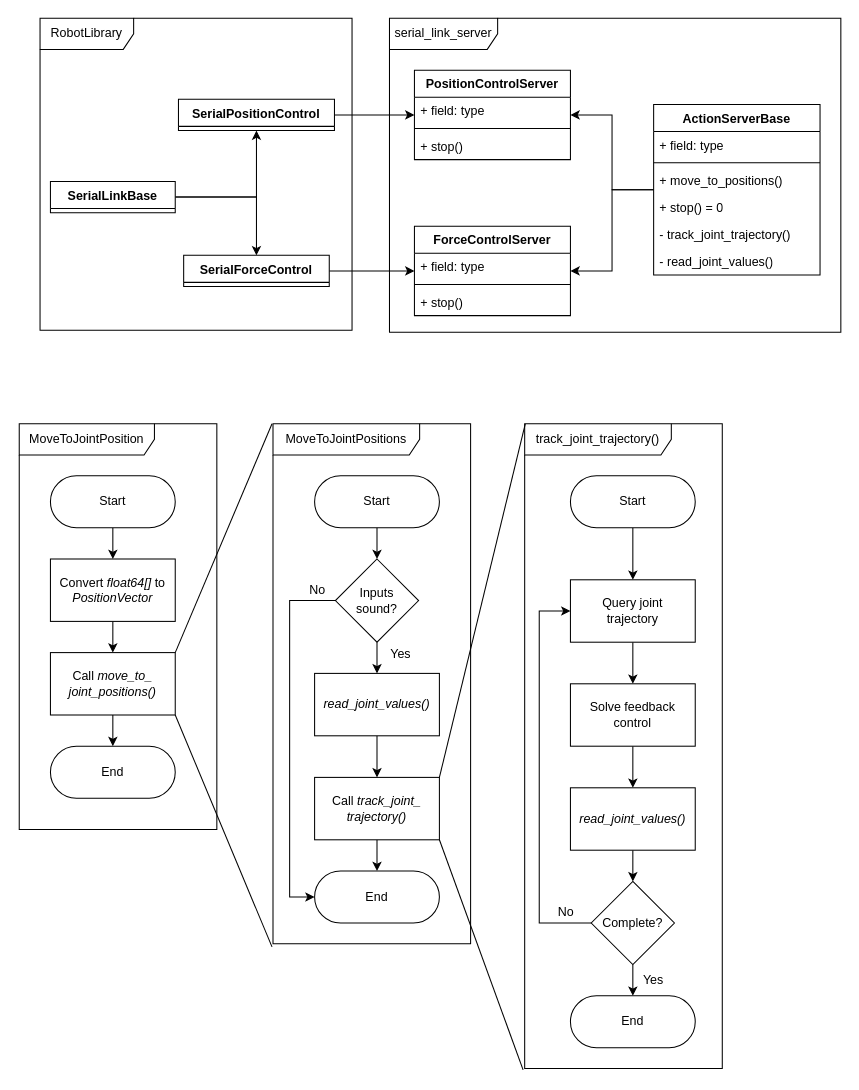
Before: page "base" (1 of 2) of doc/ClassDiagrams.drawio in Woolfrey/server_serial_link, a draw.io diagram. Source tidied: cells renumbered, new cells numbered last; positions are measured from the earlier drawing's top-left corner, leaving out a move shared by most shapes. Both pictures are drawn from the tidied source at 104%, with x=0, y=0 at pixel (19, 18).
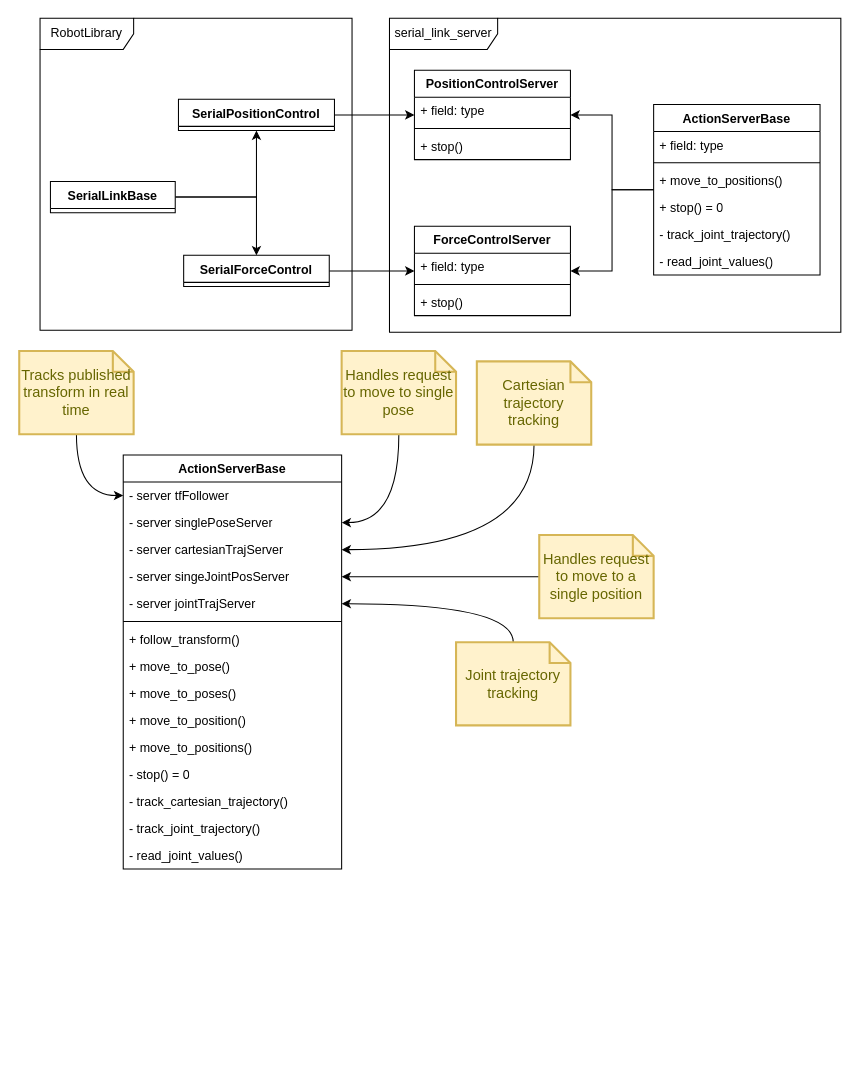
The same diagram, later.

The edit, as a diff of the source:
```diff
@@
-    <mxCell id="27" style="edgeStyle=orthogonalEdgeStyle;rounded=0;jettySize=auto;html=1;" parent="1" edge="1" source="28" target="30">
-      <mxGeometry relative="1" as="geometry" />
-    </mxCell>
-    <mxCell id="28" value="Start" style="rounded=1;whiteSpace=wrap;html=1;arcSize=50;" parent="1" vertex="1">
-      <mxGeometry x="30" y="440" width="120" height="50" as="geometry" />
-    </mxCell>
-    <mxCell id="29" style="edgeStyle=orthogonalEdgeStyle;rounded=0;jettySize=auto;html=1;" parent="1" edge="1" source="30" target="32">
-      <mxGeometry relative="1" as="geometry" />
-    </mxCell>
-    <mxCell id="30" value="Convert &lt;i&gt;float64[]&lt;/i&gt; to &lt;i&gt;PositionVector&lt;/i&gt;" style="rounded=0;whiteSpace=wrap;html=1;" parent="1" vertex="1">
-      <mxGeometry x="30" y="520" width="120" height="60" as="geometry" />
-    </mxCell>
-    <mxCell id="31" style="edgeStyle=orthogonalEdgeStyle;rounded=0;jettySize=auto;html=1;" parent="1" edge="1" source="32" target="33">
-      <mxGeometry relative="1" as="geometry" />
-    </mxCell>
-    <mxCell id="32" value="&lt;div&gt;Call &lt;i&gt;move_to_&lt;/i&gt;&lt;/div&gt;&lt;div&gt;&lt;i&gt;joint_positions()&lt;br&gt;&lt;/i&gt;&lt;/div&gt;" style="rounded=0;whiteSpace=wrap;html=1;" parent="1" vertex="1">
-      <mxGeometry x="30" y="610" width="120" height="60" as="geometry" />
-    </mxCell>
-    <mxCell id="33" value="End" style="rounded=1;whiteSpace=wrap;html=1;arcSize=50;" parent="1" vertex="1">
-      <mxGeometry x="30" y="700" width="120" height="50" as="geometry" />
-    </mxCell>
-    <mxCell id="34" style="edgeStyle=orthogonalEdgeStyle;rounded=0;jettySize=auto;html=1;" parent="1" edge="1" source="35" target="38">
-      <mxGeometry relative="1" as="geometry" />
-    </mxCell>
-    <mxCell id="35" value="Start" style="rounded=1;whiteSpace=wrap;html=1;arcSize=50;" parent="1" vertex="1">
-      <mxGeometry x="284" y="440" width="120" height="50" as="geometry" />
-    </mxCell>
-    <mxCell id="36" style="edgeStyle=orthogonalEdgeStyle;rounded=0;jettySize=auto;html=1;" parent="1" edge="1" source="38" target="43">
-      <mxGeometry relative="1" as="geometry" />
-    </mxCell>
-    <mxCell id="37" style="edgeStyle=orthogonalEdgeStyle;rounded=0;jettySize=auto;html=1;" parent="1" edge="1" source="38" target="41">
-      <mxGeometry relative="1" as="geometry">
-        <Array as="points">
-          <mxPoint x="260" y="560" />
-          <mxPoint x="260" y="845" />
-        </Array>
-      </mxGeometry>
-    </mxCell>
-    <mxCell id="38" value="&lt;div&gt;Inputs&lt;/div&gt;&lt;div&gt;sound?&lt;br&gt;&lt;/div&gt;" style="rhombus;whiteSpace=wrap;html=1;" parent="1" vertex="1">
-      <mxGeometry x="304" y="520" width="80" height="80" as="geometry" />
-    </mxCell>
-    <mxCell id="39" style="edgeStyle=orthogonalEdgeStyle;rounded=0;jettySize=auto;html=1;" parent="1" edge="1" source="40" target="41">
-      <mxGeometry relative="1" as="geometry" />
-    </mxCell>
-    <mxCell id="40" value="&lt;div&gt;Call &lt;i&gt;track_joint_&lt;/i&gt;&lt;/div&gt;&lt;div&gt;&lt;i&gt;trajectory()&lt;/i&gt;&lt;/div&gt;" style="rounded=0;whiteSpace=wrap;html=1;" parent="1" vertex="1">
-      <mxGeometry x="284" y="730" width="120" height="60" as="geometry" />
-    </mxCell>
-    <mxCell id="41" value="End" style="rounded=1;whiteSpace=wrap;html=1;arcSize=50;" parent="1" vertex="1">
-      <mxGeometry x="284" y="820" width="120" height="50" as="geometry" />
-    </mxCell>
-    <mxCell id="42" style="edgeStyle=orthogonalEdgeStyle;rounded=0;jettySize=auto;html=1;" parent="1" edge="1" source="43" target="40">
-      <mxGeometry relative="1" as="geometry" />
-    </mxCell>
-    <mxCell id="43" value="&lt;i&gt;read_joint_values()&lt;/i&gt;" style="rounded=0;whiteSpace=wrap;html=1;" parent="1" vertex="1">
-      <mxGeometry x="284" y="630" width="120" height="60" as="geometry" />
-    </mxCell>
-    <mxCell id="44" style="edgeStyle=orthogonalEdgeStyle;rounded=0;jettySize=auto;html=1;" parent="1" edge="1" source="45" target="47">
-      <mxGeometry relative="1" as="geometry" />
-    </mxCell>
-    <mxCell id="45" value="Start" style="rounded=1;whiteSpace=wrap;html=1;arcSize=50;" parent="1" vertex="1">
-      <mxGeometry x="530" y="440" width="120" height="50" as="geometry" />
-    </mxCell>
-    <mxCell id="46" style="edgeStyle=orthogonalEdgeStyle;rounded=0;jettySize=auto;html=1;" parent="1" edge="1" source="47" target="49">
-      <mxGeometry relative="1" as="geometry" />
-    </mxCell>
-    <mxCell id="47" value="&lt;div&gt;Query joint&lt;/div&gt;&lt;div&gt;trajectory&lt;/div&gt;" style="rounded=0;whiteSpace=wrap;html=1;" parent="1" vertex="1">
-      <mxGeometry x="530" y="540" width="120" height="60" as="geometry" />
-    </mxCell>
-    <mxCell id="48" style="edgeStyle=orthogonalEdgeStyle;rounded=0;jettySize=auto;html=1;" parent="1" edge="1" source="49" target="51">
-      <mxGeometry relative="1" as="geometry" />
-    </mxCell>
-    <mxCell id="49" value="Solve feedback control" style="rounded=0;whiteSpace=wrap;html=1;" parent="1" vertex="1">
-      <mxGeometry x="530" y="640" width="120" height="60" as="geometry" />
-    </mxCell>
-    <mxCell id="50" style="edgeStyle=orthogonalEdgeStyle;rounded=0;jettySize=auto;html=1;" parent="1" edge="1" source="51" target="54">
-      <mxGeometry relative="1" as="geometry" />
-    </mxCell>
-    <mxCell id="51" value="read_joint_values()" style="rounded=0;whiteSpace=wrap;html=1;fontStyle=2;" parent="1" vertex="1">
-      <mxGeometry x="530" y="740" width="120" height="60" as="geometry" />
-    </mxCell>
-    <mxCell id="52" style="edgeStyle=orthogonalEdgeStyle;rounded=0;jettySize=auto;html=1;" parent="1" edge="1" source="54" target="55">
-      <mxGeometry relative="1" as="geometry" />
-    </mxCell>
-    <mxCell id="53" style="edgeStyle=orthogonalEdgeStyle;rounded=0;jettySize=auto;html=1;" parent="1" edge="1" source="54" target="47">
-      <mxGeometry relative="1" as="geometry">
-        <Array as="points">
-          <mxPoint x="500" y="870" />
-          <mxPoint x="500" y="570" />
-        </Array>
-      </mxGeometry>
-    </mxCell>
-    <mxCell id="54" value="Complete?" style="rhombus;whiteSpace=wrap;html=1;" parent="1" vertex="1">
-      <mxGeometry x="550" y="830" width="80" height="80" as="geometry" />
-    </mxCell>
-    <mxCell id="55" value="End" style="rounded=1;whiteSpace=wrap;html=1;arcSize=50;" parent="1" vertex="1">
-      <mxGeometry x="530" y="940" width="120" height="50" as="geometry" />
-    </mxCell>
-    <mxCell id="56" value="MoveToJointPosition" style="shape=umlFrame;whiteSpace=wrap;html=1;width=130;height=30;" parent="1" vertex="1">
-      <mxGeometry y="390" width="190" height="390" as="geometry" />
-    </mxCell>
-    <mxCell id="57" value="MoveToJointPositions" style="shape=umlFrame;whiteSpace=wrap;html=1;width=141;height=30;" parent="1" vertex="1">
-      <mxGeometry x="244" y="390" width="190" height="500" as="geometry" />
-    </mxCell>
-    <mxCell id="58" style="rounded=0;jettySize=auto;html=1;exitX=1;exitY=1;exitDx=0;exitDy=0;entryX=-0.005;entryY=1.006;entryDx=0;entryDy=0;entryPerimeter=0;endArrow=none;endFill=0;" parent="1" edge="1" source="32" target="57">
-      <mxGeometry relative="1" as="geometry" />
-    </mxCell>
-    <mxCell id="59" style="rounded=0;jettySize=auto;html=1;exitX=1;exitY=0;exitDx=0;exitDy=0;entryX=-0.005;entryY=0;entryDx=0;entryDy=0;entryPerimeter=0;endArrow=none;endFill=0;" parent="1" edge="1" source="32" target="57">
-      <mxGeometry relative="1" as="geometry" />
-    </mxCell>
-    <mxCell id="60" value="track_joint_trajectory()" style="shape=umlFrame;whiteSpace=wrap;html=1;width=141;height=30;" parent="1" vertex="1">
-      <mxGeometry x="486" y="390" width="190" height="620" as="geometry" />
-    </mxCell>
-    <mxCell id="61" style="rounded=0;jettySize=auto;html=1;exitX=1;exitY=0;exitDx=0;exitDy=0;entryX=0.003;entryY=0;entryDx=0;entryDy=0;entryPerimeter=0;endArrow=none;endFill=0;" parent="1" edge="1" source="40" target="60">
-      <mxGeometry relative="1" as="geometry" />
-    </mxCell>
-    <mxCell id="62" style="rounded=0;jettySize=auto;html=1;exitX=1;exitY=1;exitDx=0;exitDy=0;endArrow=none;endFill=0;entryX=-0.008;entryY=1.002;entryDx=0;entryDy=0;entryPerimeter=0;" parent="1" edge="1" source="40" target="60">
-      <mxGeometry relative="1" as="geometry" />
-    </mxCell>
-    <mxCell id="63" value="No" style="text;html=1;align=center;verticalAlign=middle;whiteSpace=wrap;rounded=0;" parent="1" vertex="1">
-      <mxGeometry x="257" y="535" width="60" height="30" as="geometry" />
-    </mxCell>
-    <mxCell id="64" value="No" style="text;html=1;align=center;verticalAlign=middle;whiteSpace=wrap;rounded=0;" parent="1" vertex="1">
-      <mxGeometry x="501" y="850" width="50" height="20" as="geometry" />
-    </mxCell>
-    <mxCell id="65" value="Yes" style="text;html=1;align=center;verticalAlign=middle;whiteSpace=wrap;rounded=0;" parent="1" vertex="1">
-      <mxGeometry x="337" y="597" width="60" height="30" as="geometry" />
-    </mxCell>
-    <mxCell id="66" value="Yes" style="text;html=1;align=center;verticalAlign=middle;whiteSpace=wrap;rounded=0;" parent="1" vertex="1">
-      <mxGeometry x="580" y="910" width="60" height="30" as="geometry" />
-    </mxCell>
@@
+    <mxCell id="68" value="ActionServerBase" style="swimlane;fontStyle=1;align=center;verticalAlign=top;horizontal=1;startSize=26;whiteSpace=wrap;html=1;" parent="1" vertex="1">
+      <mxGeometry x="100" y="420" width="210" height="398" as="geometry" />
+    </mxCell>
+    <mxCell id="69" value="- server tfFollower" style="text;strokeColor=none;fillColor=none;align=left;verticalAlign=top;spacingLeft=4;spacingRight=4;overflow=hidden;points=[[0,0.5],[1,0.5]];portConstraint=eastwest;whiteSpace=wrap;html=1;" parent="68" vertex="1">
+      <mxGeometry y="26" width="210" height="26" as="geometry" />
+    </mxCell>
+    <mxCell id="70" value="- server singlePoseServer" style="text;strokeColor=none;fillColor=none;align=left;verticalAlign=top;spacingLeft=4;spacingRight=4;overflow=hidden;points=[[0,0.5],[1,0.5]];portConstraint=eastwest;whiteSpace=wrap;html=1;" parent="68" vertex="1">
+      <mxGeometry y="52" width="210" height="26" as="geometry" />
+    </mxCell>
+    <mxCell id="71" value="- server cartesianTrajServer" style="text;strokeColor=none;fillColor=none;align=left;verticalAlign=top;spacingLeft=4;spacingRight=4;overflow=hidden;points=[[0,0.5],[1,0.5]];portConstraint=eastwest;whiteSpace=wrap;html=1;" parent="68" vertex="1">
+      <mxGeometry y="78" width="210" height="26" as="geometry" />
+    </mxCell>
+    <mxCell id="72" value="- server singeJointPosServer" style="text;strokeColor=none;fillColor=none;align=left;verticalAlign=top;spacingLeft=4;spacingRight=4;overflow=hidden;points=[[0,0.5],[1,0.5]];portConstraint=eastwest;whiteSpace=wrap;html=1;" parent="68" vertex="1">
+      <mxGeometry y="104" width="210" height="26" as="geometry" />
+    </mxCell>
+    <mxCell id="73" value="- server jointTrajServer" style="text;strokeColor=none;fillColor=none;align=left;verticalAlign=top;spacingLeft=4;spacingRight=4;overflow=hidden;points=[[0,0.5],[1,0.5]];portConstraint=eastwest;whiteSpace=wrap;html=1;" parent="68" vertex="1">
+      <mxGeometry y="130" width="210" height="26" as="geometry" />
+    </mxCell>
+    <mxCell id="74" style="line;strokeWidth=1;fillColor=none;align=left;verticalAlign=middle;spacingTop=-1;spacingLeft=3;spacingRight=3;labelPosition=right;strokeColor=inherit;" parent="68" vertex="1">
+      <mxGeometry y="156" width="210" height="8" as="geometry" />
+    </mxCell>
+    <mxCell id="75" value="+ follow_transform()" style="text;strokeColor=none;fillColor=none;align=left;verticalAlign=top;spacingLeft=4;spacingRight=4;overflow=hidden;whiteSpace=wrap;html=1;" parent="68" vertex="1">
+      <mxGeometry y="164" width="210" height="26" as="geometry" />
+    </mxCell>
+    <mxCell id="76" value="+ move_to_pose()" style="text;strokeColor=none;fillColor=none;align=left;verticalAlign=top;spacingLeft=4;spacingRight=4;overflow=hidden;whiteSpace=wrap;html=1;" parent="68" vertex="1">
+      <mxGeometry y="190" width="210" height="26" as="geometry" />
+    </mxCell>
+    <mxCell id="77" value="+ move_to_poses()" style="text;strokeColor=none;fillColor=none;align=left;verticalAlign=top;spacingLeft=4;spacingRight=4;overflow=hidden;whiteSpace=wrap;html=1;" parent="68" vertex="1">
+      <mxGeometry y="216" width="210" height="26" as="geometry" />
+    </mxCell>
+    <mxCell id="78" value="+ move_to_position()" style="text;strokeColor=none;fillColor=none;align=left;verticalAlign=top;spacingLeft=4;spacingRight=4;overflow=hidden;whiteSpace=wrap;html=1;" parent="68" vertex="1">
+      <mxGeometry y="242" width="210" height="26" as="geometry" />
+    </mxCell>
+    <mxCell id="79" value="+ move_to_positions()" style="text;strokeColor=none;fillColor=none;align=left;verticalAlign=top;spacingLeft=4;spacingRight=4;overflow=hidden;whiteSpace=wrap;html=1;" parent="68" vertex="1">
+      <mxGeometry y="268" width="210" height="26" as="geometry" />
+    </mxCell>
+    <mxCell id="80" value="- stop() = 0" style="text;strokeColor=none;fillColor=none;align=left;verticalAlign=top;spacingLeft=4;spacingRight=4;overflow=hidden;whiteSpace=wrap;html=1;" parent="68" vertex="1">
+      <mxGeometry y="294" width="210" height="26" as="geometry" />
+    </mxCell>
+    <mxCell id="81" value="- track_cartesian_trajectory()" style="text;strokeColor=none;fillColor=none;align=left;verticalAlign=top;spacingLeft=4;spacingRight=4;overflow=hidden;whiteSpace=wrap;html=1;" parent="68" vertex="1">
+      <mxGeometry y="320" width="210" height="26" as="geometry" />
+    </mxCell>
+    <mxCell id="82" value="- track_joint_trajectory()" style="text;strokeColor=none;fillColor=none;align=left;verticalAlign=top;spacingLeft=4;spacingRight=4;overflow=hidden;whiteSpace=wrap;html=1;" parent="68" vertex="1">
+      <mxGeometry y="346" width="210" height="26" as="geometry" />
+    </mxCell>
+    <mxCell id="83" value="- read_joint_values()" style="text;strokeColor=none;fillColor=none;align=left;verticalAlign=top;spacingLeft=4;spacingRight=4;overflow=hidden;whiteSpace=wrap;html=1;" parent="68" vertex="1">
+      <mxGeometry y="372" width="210" height="26" as="geometry" />
+    </mxCell>
+    <mxCell id="84" style="edgeStyle=orthogonalEdgeStyle;rounded=0;jettySize=auto;html=1;curved=1;" parent="1" edge="1" source="85" target="73">
+      <mxGeometry relative="1" as="geometry" />
+    </mxCell>
+    <mxCell id="85" value="Joint trajectory tracking" style="shape=note;strokeWidth=2;fontSize=14;size=20;whiteSpace=wrap;html=1;fillColor=#fff2cc;strokeColor=#d6b656;fontColor=#666600;" parent="1" vertex="1">
+      <mxGeometry x="420" y="600" width="110" height="80" as="geometry" />
+    </mxCell>
+    <mxCell id="86" style="edgeStyle=orthogonalEdgeStyle;rounded=0;jettySize=auto;html=1;curved=1;" parent="1" edge="1" source="87" target="72">
+      <mxGeometry relative="1" as="geometry" />
+    </mxCell>
+    <mxCell id="87" value="Handles request to move to a single position" style="shape=note;strokeWidth=2;fontSize=14;size=20;whiteSpace=wrap;html=1;fillColor=#fff2cc;strokeColor=#d6b656;fontColor=#666600;" parent="1" vertex="1">
+      <mxGeometry x="500" y="497" width="110" height="80" as="geometry" />
+    </mxCell>
+    <mxCell id="88" style="edgeStyle=orthogonalEdgeStyle;rounded=0;jettySize=auto;html=1;curved=1;" parent="1" edge="1" source="89" target="71">
+      <mxGeometry relative="1" as="geometry" />
+    </mxCell>
+    <mxCell id="89" value="Cartesian trajectory tracking" style="shape=note;strokeWidth=2;fontSize=14;size=20;whiteSpace=wrap;html=1;fillColor=#fff2cc;strokeColor=#d6b656;fontColor=#666600;" parent="1" vertex="1">
+      <mxGeometry x="440" y="330" width="110" height="80" as="geometry" />
+    </mxCell>
+    <mxCell id="90" style="edgeStyle=orthogonalEdgeStyle;rounded=0;jettySize=auto;html=1;curved=1;" parent="1" edge="1" source="91" target="70">
+      <mxGeometry relative="1" as="geometry" />
+    </mxCell>
+    <mxCell id="91" value="Handles request to move to single pose" style="shape=note;strokeWidth=2;fontSize=14;size=20;whiteSpace=wrap;html=1;fillColor=#fff2cc;strokeColor=#d6b656;fontColor=#666600;" parent="1" vertex="1">
+      <mxGeometry x="310" y="320" width="110" height="80" as="geometry" />
+    </mxCell>
+    <mxCell id="92" style="edgeStyle=orthogonalEdgeStyle;rounded=0;jettySize=auto;html=1;curved=1;" parent="1" edge="1" source="93" target="69">
+      <mxGeometry relative="1" as="geometry" />
+    </mxCell>
+    <mxCell id="93" value="Tracks published transform in real time" style="shape=note;strokeWidth=2;fontSize=14;size=20;whiteSpace=wrap;html=1;fillColor=#fff2cc;strokeColor=#d6b656;fontColor=#666600;" parent="1" vertex="1">
+      <mxGeometry y="320" width="110" height="80" as="geometry" />
+    </mxCell>
```
